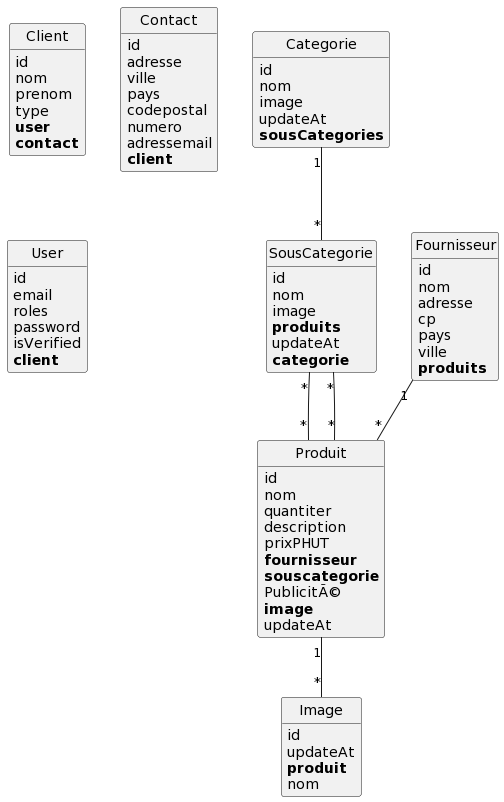
Before: ShopMaquette/puml/index.png, a diagram exported from PlantUML (Gispsy/ShopMaquette). Source of this version:
```plantuml
@startuml
class Categorie {
	id
	nom
	image
	updateAt
	**sousCategories**
}

class Client {
	id
	nom
	prenom
	type
	**user**
	**contact**
}

class Contact {
	id
	adresse
	ville
	pays
	codepostal
	numero
	adressemail
	**client**
}

class Fournisseur {
	id
	nom
	adresse
	cp
	pays
	ville
	**produits**
}

class Image {
	id
	updateAt
	**produit**
	nom
}

class Produit {
	id
	nom
	quantiter
	description
	prixPHUT
	**fournisseur**
	**souscategorie**
	PublicitÃ©
	**image**
	updateAt
}

class SousCategorie {
	id
	nom
	image
	**produits**
	updateAt
	**categorie**
}

class User {
	id
	email
	roles
	password
	isVerified
	**client**
}

Categorie "1"--"*" SousCategorie
Fournisseur "1"--"*" Produit
Produit "*"--"*" SousCategorie
Produit "1"--"*" Image
SousCategorie "*"--"*" Produit


hide methods
hide circle
@enduml
```
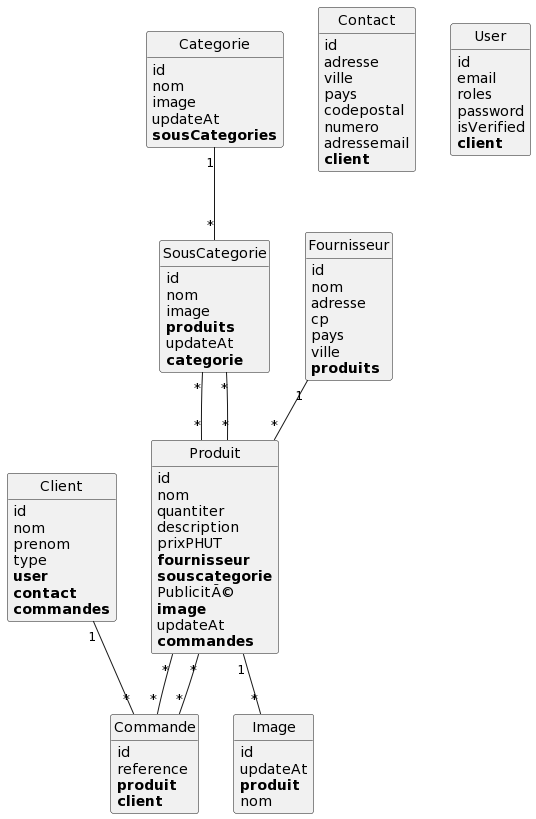
The same file after the commit.

Change to the diagram source:
```diff
@@ -14,6 +14,14 @@
 	type
 	**user**
 	**contact**
+	**commandes**
+}
+
+class Commande {
+	id
+	reference
+	**produit**
+	**client**
 }
 
 class Contact {
@@ -55,6 +63,7 @@
 	PublicitÃ©
 	**image**
 	updateAt
+	**commandes**
 }
 
 class SousCategorie {
@@ -76,9 +85,12 @@
 }
 
 Categorie "1"--"*" SousCategorie
+Client "1"--"*" Commande
+Commande "*"--"*" Produit
 Fournisseur "1"--"*" Produit
 Produit "*"--"*" SousCategorie
 Produit "1"--"*" Image
+Produit "*"--"*" Commande
 SousCategorie "*"--"*" Produit
 
 
```
